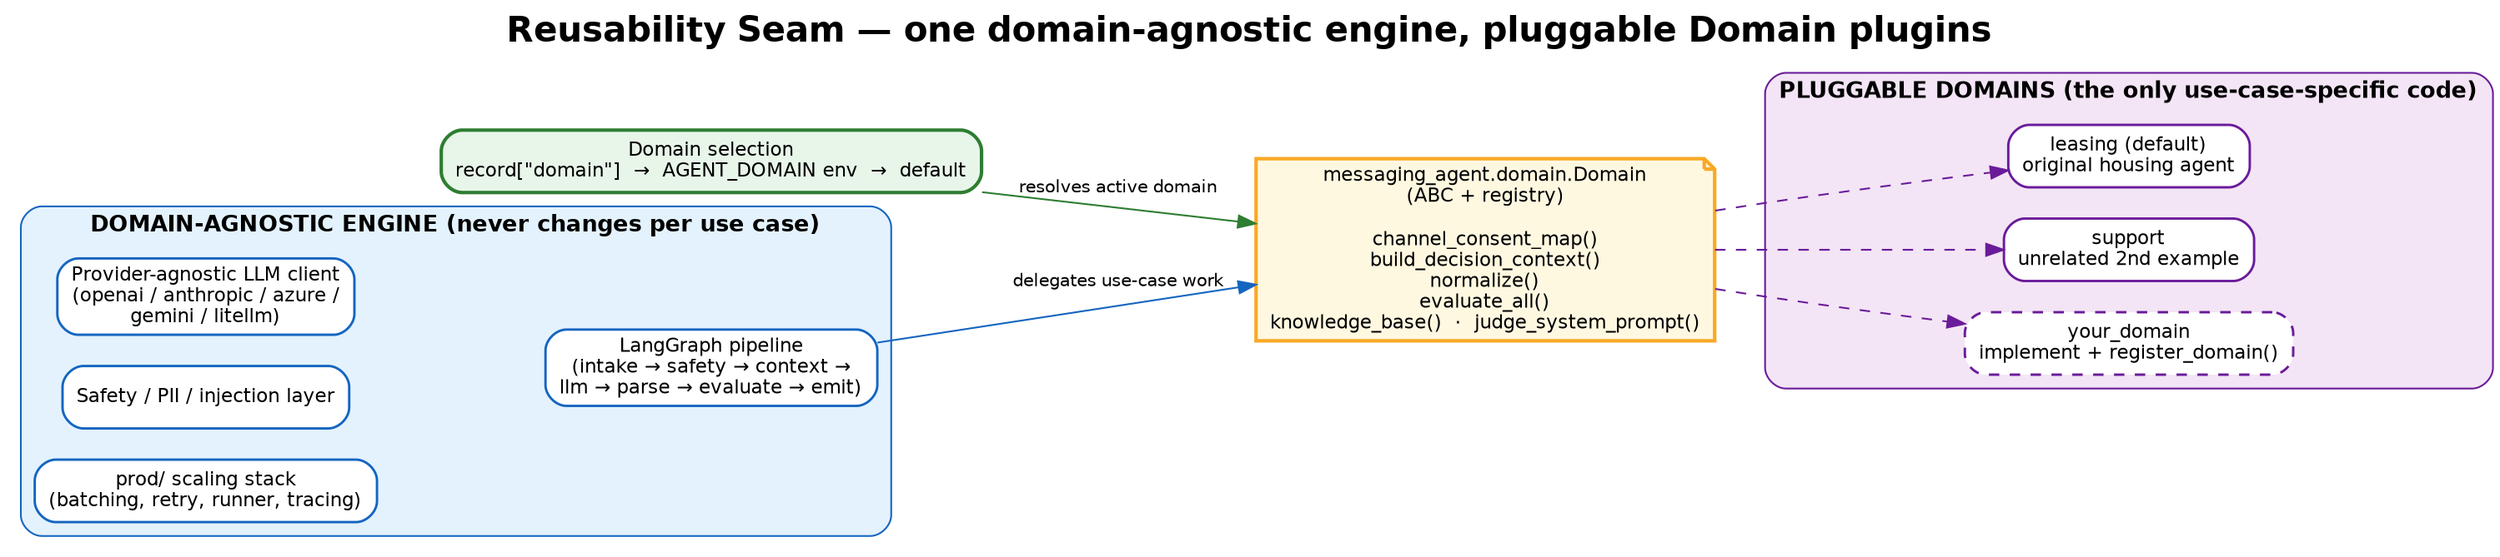
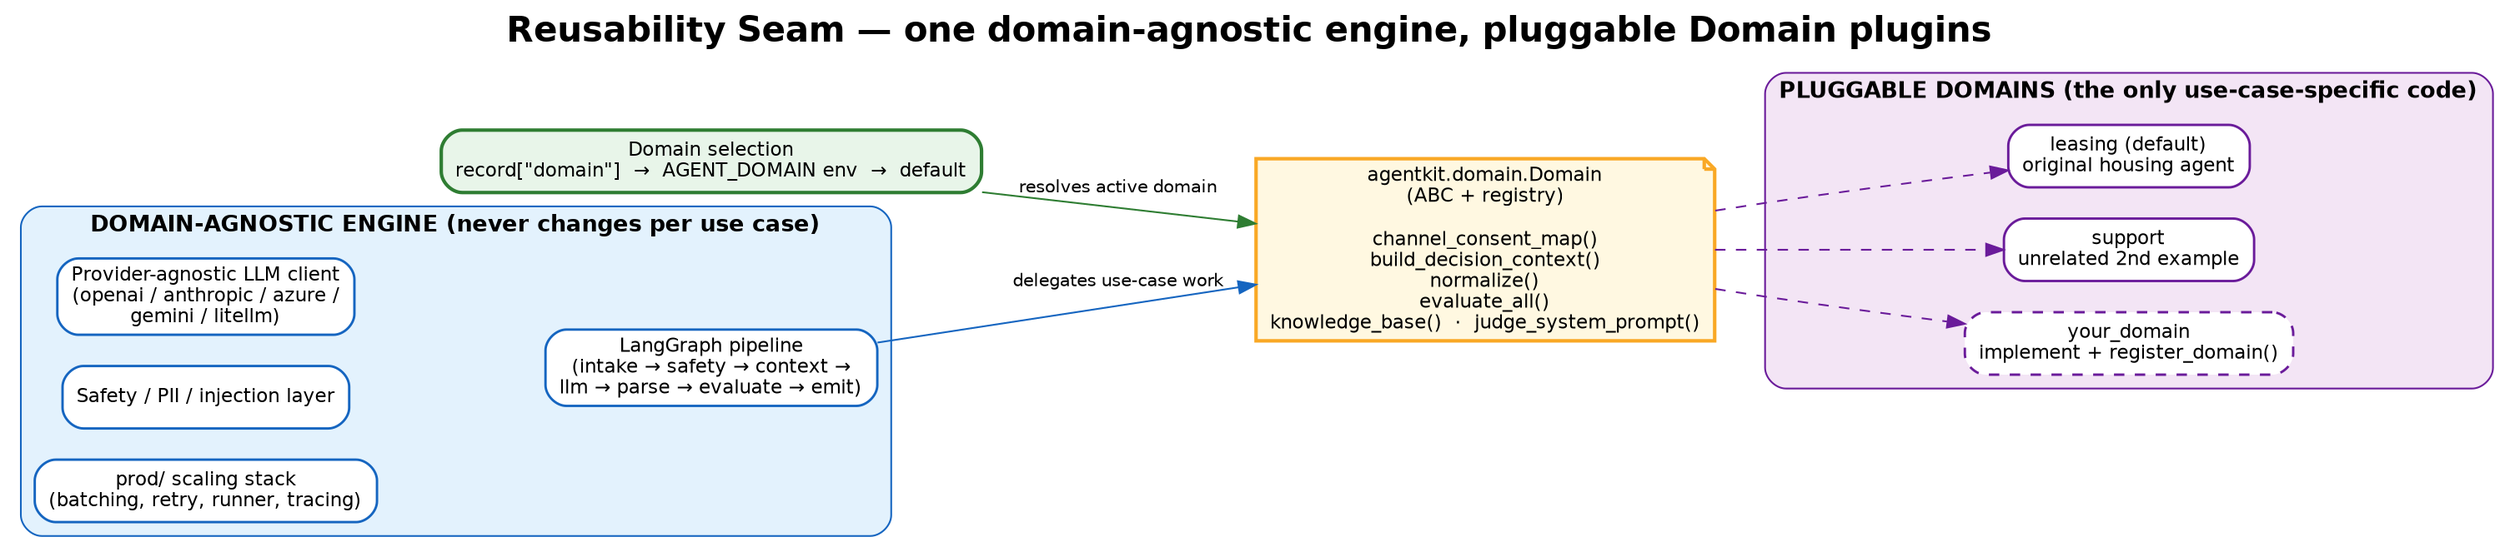
digraph domain_plugin {
  rankdir=LR;
  bgcolor="white";
  labelloc="t";
  fontname="Helvetica-Bold";
  fontsize=20;
  label="Reusability Seam — one domain-agnostic engine, pluggable Domain plugins";
  node [fontname="Helvetica", fontsize=11, shape=box, style="filled,rounded", penwidth=1.4];
  edge [fontname="Helvetica", fontsize=10, color="#555555"];

  subgraph cluster_core {
    label="DOMAIN-AGNOSTIC ENGINE (never changes per use case)";
    fontname="Helvetica-Bold"; fontsize=13; color="#1565C0"; style="rounded"; bgcolor="#E3F2FD";
    g  [label="LangGraph pipeline\n(intake → safety → context →\nllm → parse → evaluate → emit)", fillcolor="white", color="#1565C0"];
    llm [label="Provider-agnostic LLM client\n(openai / anthropic / azure /\ngemini / litellm)", fillcolor="white", color="#1565C0"];
    safe [label="Safety / PII / injection layer", fillcolor="white", color="#1565C0"];
    prod [label="prod/ scaling stack\n(batching, retry, runner, tracing)", fillcolor="white", color="#1565C0"];
  }

-   iface [label="messaging_agent.domain.Domain\n(ABC + registry)\n\nchannel_consent_map()\nbuild_decision_context()\nnormalize()\nevaluate_all()\nknowledge_base()  ·  judge_system_prompt()", shape=note, fillcolor="#FFF8E1", style="filled", color="#F9A825", penwidth=2];
+   iface [label="agentkit.domain.Domain\n(ABC + registry)\n\nchannel_consent_map()\nbuild_decision_context()\nnormalize()\nevaluate_all()\nknowledge_base()  ·  judge_system_prompt()", shape=note, fillcolor="#FFF8E1", style="filled", color="#F9A825", penwidth=2];

  subgraph cluster_domains {
    label="PLUGGABLE DOMAINS (the only use-case-specific code)";
    fontname="Helvetica-Bold"; fontsize=13; color="#6A1B9A"; style="rounded"; bgcolor="#F3E5F5";
    leasing [label="leasing (default)\noriginal housing agent", fillcolor="white", color="#6A1B9A"];
    support [label="support\nunrelated 2nd example", fillcolor="white", color="#6A1B9A"];
    yours   [label="your_domain\nimplement + register_domain()", fillcolor="white", color="#6A1B9A", style="filled,rounded,dashed"];
  }

  sel [label="Domain selection\nrecord[\"domain\"]  →  AGENT_DOMAIN env  →  default", shape=box, style="filled,rounded", fillcolor="#E8F5E9", color="#2E7D32", penwidth=2];

  g -> iface [label="delegates use-case work", color="#1565C0"];
  iface -> leasing [style=dashed, color="#6A1B9A"];
  iface -> support [style=dashed, color="#6A1B9A"];
  iface -> yours   [style=dashed, color="#6A1B9A"];
  sel -> iface [label="resolves active domain", color="#2E7D32"];

  llm -> g [style=invis];
  safe -> g [style=invis];
  prod -> g [style=invis];
}
